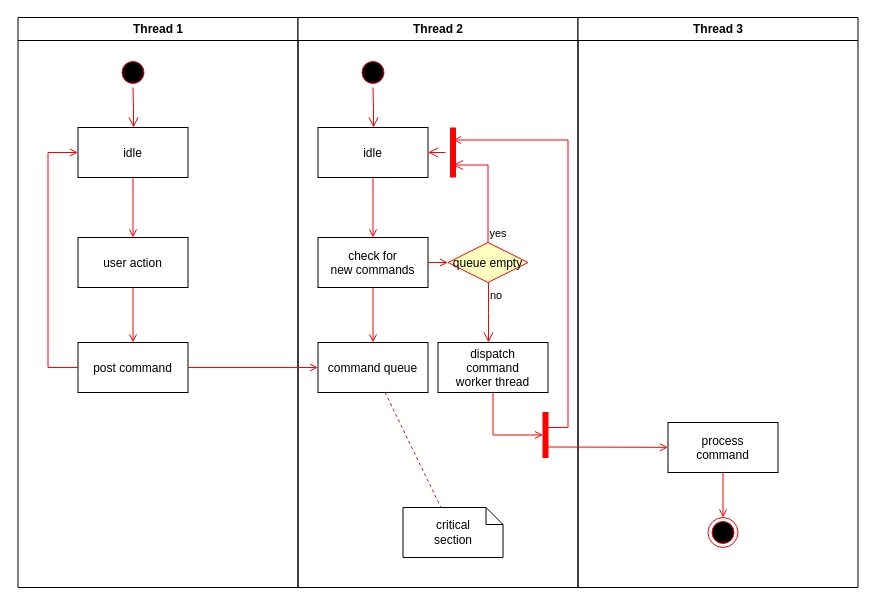
Above: UE HMI.drawio in Arthurcsh/Draw.io (draw.io), before the change. Source tidied: cells renumbered, new cells numbered last; positions are measured from the earlier drawing's top-left corner, leaving out a move shared by most shapes. Both pictures are drawn from the tidied source at 100%, with x=0, y=0 at pixel (17, 17).
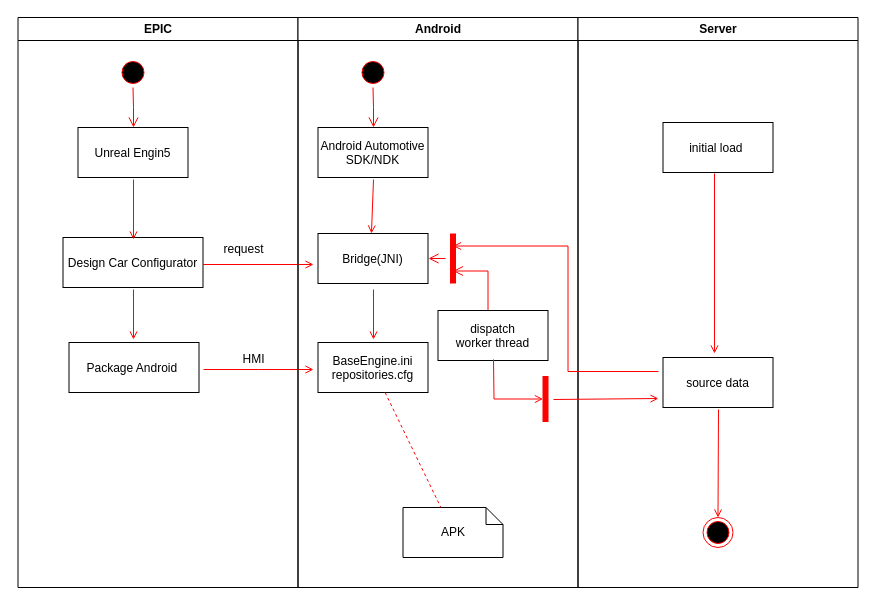
The same diagram, later.

Diff of the diagram source:
```diff
@@
-    <mxCell id="2" value="Thread 1" style="swimlane;whiteSpace=wrap;" parent="1" vertex="1">
+    <mxCell id="2" value="EPIC" style="swimlane;whiteSpace=wrap;" parent="1" vertex="1">
       <mxGeometry x="0.5" width="280" height="570" as="geometry" />
     </mxCell>
@@
-    <mxCell id="5" value="idle" parent="2" vertex="1">
+    <mxCell id="5" value="Unreal Engin5" parent="2" vertex="1">
       <mxGeometry x="60" y="110" width="110" height="50" as="geometry" />
     </mxCell>
-    <mxCell id="6" value="user action" parent="2" vertex="1">
-      <mxGeometry x="60" y="220" width="110" height="50" as="geometry" />
+    <mxCell id="6" value="Design Car Configurator" parent="2" vertex="1">
+      <mxGeometry x="45" y="220" width="140" height="50" as="geometry" />
     </mxCell>
-    <mxCell id="7" style="endArrow=open;strokeColor=#FF0000;endFill=1;rounded=0;" parent="2" edge="1" source="5" target="6">
-      <mxGeometry relative="1" as="geometry" />
+    <mxCell id="7" style="endArrow=open;strokeColor=#FF0000;endFill=1;rounded=0;" parent="2" edge="1">
+      <mxGeometry relative="1" as="geometry">
+        <mxPoint x="115.5" y="162" as="sourcePoint" />
+        <mxPoint x="115.5" y="222" as="targetPoint" />
+      </mxGeometry>
     </mxCell>
-    <mxCell id="8" value="post command" parent="2" vertex="1">
-      <mxGeometry x="60" y="325" width="110" height="50" as="geometry" />
+    <mxCell id="8" value="Package Android " parent="2" vertex="1">
+      <mxGeometry x="51" y="325" width="130" height="50" as="geometry" />
     </mxCell>
-    <mxCell id="9" style="endArrow=open;strokeColor=#FF0000;endFill=1;rounded=0;" parent="2" edge="1" source="6" target="8">
-      <mxGeometry relative="1" as="geometry" />
+    <mxCell id="9" style="endArrow=open;strokeColor=#FF0000;endFill=1;rounded=0;" parent="2" edge="1">
+      <mxGeometry relative="1" as="geometry">
+        <mxPoint x="115.5" y="272" as="sourcePoint" />
+        <mxPoint x="115.5" y="322" as="targetPoint" />
+      </mxGeometry>
     </mxCell>
-    <mxCell id="10" style="edgeStyle=elbowEdgeStyle;elbow=horizontal;strokeColor=#FF0000;endArrow=open;endFill=1;rounded=0;" parent="2" edge="1" source="8" target="5">
+    <mxCell id="10" style="edgeStyle=elbowEdgeStyle;elbow=horizontal;strokeColor=#FF0000;endArrow=open;endFill=1;rounded=0;" parent="2" edge="1">
       <mxGeometry relative="1" as="geometry">
-        <Array as="points">
-          <mxPoint x="30" y="250" />
-        </Array>
+        <mxPoint x="185.5" y="352" as="sourcePoint" />
+        <mxPoint x="295.5" y="352" as="targetPoint" />
       </mxGeometry>
     </mxCell>
+    <mxCell id="22" style="endArrow=open;strokeColor=#FF0000;endFill=1;rounded=0;" parent="2" edge="1">
+      <mxGeometry relative="1" as="geometry">
+        <mxPoint x="185" y="247" as="sourcePoint" />
+        <mxPoint x="295.5" y="247" as="targetPoint" />
+      </mxGeometry>
+    </mxCell>
+    <mxCell id="36" style="endArrow=open;strokeColor=#FF0000;endFill=1;rounded=0;entryX=-0.032;entryY=0.46;entryDx=0;entryDy=0;entryPerimeter=0;" parent="2" edge="1" target="6">
+      <mxGeometry relative="1" as="geometry">
+        <mxPoint x="40.5" y="243" as="sourcePoint" />
+      </mxGeometry>
+    </mxCell>
-    <mxCell id="11" value="Thread 2" style="swimlane;whiteSpace=wrap;" parent="1" vertex="1">
+    <mxCell id="11" value="Android" style="swimlane;whiteSpace=wrap;" parent="1" vertex="1">
       <mxGeometry x="280.5" width="280" height="570" as="geometry" />
     </mxCell>
@@
-    <mxCell id="14" value="idle" parent="11" vertex="1">
+    <mxCell id="14" value="Android Automotive&#10;SDK/NDK" parent="11" vertex="1">
       <mxGeometry x="20" y="110" width="110" height="50" as="geometry" />
     </mxCell>
-    <mxCell id="15" value="check for &#10;new commands" parent="11" vertex="1">
-      <mxGeometry x="20" y="220" width="110" height="50" as="geometry" />
+    <mxCell id="15" value="Bridge(JNI)" parent="11" vertex="1">
+      <mxGeometry x="20" y="216" width="110" height="50" as="geometry" />
     </mxCell>
-    <mxCell id="16" style="endArrow=open;strokeColor=#FF0000;endFill=1;rounded=0;" parent="11" edge="1" source="14" target="15">
-      <mxGeometry relative="1" as="geometry" />
+    <mxCell id="16" style="endArrow=open;strokeColor=#FF0000;endFill=1;rounded=0;entryX=0.486;entryY=0;entryDx=0;entryDy=0;entryPerimeter=0;" parent="11" edge="1" target="15">
+      <mxGeometry relative="1" as="geometry">
+        <mxPoint x="75.5" y="162" as="sourcePoint" />
+      </mxGeometry>
     </mxCell>
-    <mxCell id="17" value="command queue" parent="11" vertex="1">
+    <mxCell id="17" value="BaseEngine.ini&#10;repositories.cfg" parent="11" vertex="1">
       <mxGeometry x="20" y="325" width="110" height="50" as="geometry" />
     </mxCell>
-    <mxCell id="18" style="endArrow=open;strokeColor=#FF0000;endFill=1;rounded=0;" parent="11" edge="1" source="15" target="17">
-      <mxGeometry relative="1" as="geometry" />
+    <mxCell id="18" style="endArrow=open;strokeColor=#FF0000;endFill=1;rounded=0;" parent="11" edge="1">
+      <mxGeometry relative="1" as="geometry">
+        <mxPoint x="75.5" y="272" as="sourcePoint" />
+        <mxPoint x="75.5" y="322" as="targetPoint" />
+      </mxGeometry>
     </mxCell>
-    <mxCell id="19" value="queue empty" style="rhombus;fillColor=#ffffc0;strokeColor=#ff0000;" parent="11" vertex="1">
-      <mxGeometry x="150" y="225" width="80" height="40" as="geometry" />
-    </mxCell>
-    <mxCell id="20" value="yes" style="edgeStyle=elbowEdgeStyle;elbow=horizontal;align=left;verticalAlign=bottom;endArrow=open;endSize=8;strokeColor=#FF0000;exitX=0.5;exitY=0;endFill=1;rounded=0;entryX=0.75;entryY=0.5;entryPerimeter=0;" parent="11" edge="1" source="19" target="23">
+    <mxCell id="20" style="edgeStyle=elbowEdgeStyle;elbow=horizontal;align=left;verticalAlign=bottom;endArrow=open;endSize=8;strokeColor=#FF0000;exitX=0.432;exitY=0;endFill=1;rounded=0;entryX=0.75;entryY=0.5;entryPerimeter=0;exitDx=0;exitDy=0;exitPerimeter=0;" parent="11" edge="1" source="25" target="23">
       <mxGeometry x="-1" relative="1" as="geometry">
         <Array as="points">
-          <mxPoint x="190" y="180" />
+          <mxPoint x="190" y="286" />
         </Array>
       </mxGeometry>
     </mxCell>
-    <mxCell id="21" value="no" style="edgeStyle=elbowEdgeStyle;elbow=horizontal;align=left;verticalAlign=top;endArrow=open;endSize=8;strokeColor=#FF0000;endFill=1;rounded=0;" parent="11" edge="1" source="19" target="25">
-      <mxGeometry x="-1" relative="1" as="geometry" />
-    </mxCell>
-    <mxCell id="22" style="endArrow=open;strokeColor=#FF0000;endFill=1;rounded=0;" parent="11" edge="1" source="15" target="19">
-      <mxGeometry relative="1" as="geometry" />
-    </mxCell>
     <mxCell id="23" style="shape=line;strokeWidth=6;strokeColor=#ff0000;rotation=90;" parent="11" vertex="1">
-      <mxGeometry x="130" y="127.5" width="50" height="15" as="geometry" />
+      <mxGeometry x="130" y="233.5" width="50" height="15" as="geometry" />
     </mxCell>
-    <mxCell id="24" style="edgeStyle=elbowEdgeStyle;elbow=horizontal;verticalAlign=bottom;endArrow=open;endSize=8;strokeColor=#FF0000;endFill=1;rounded=0;" parent="11" edge="1" source="23" target="14">
-      <mxGeometry x="130" y="90" as="geometry" />
+    <mxCell id="24" style="edgeStyle=elbowEdgeStyle;elbow=horizontal;verticalAlign=bottom;endArrow=open;endSize=8;strokeColor=#FF0000;endFill=1;rounded=0;" parent="11" edge="1" source="23">
+      <mxGeometry x="130" y="196" as="geometry">
+        <mxPoint x="130" y="241" as="targetPoint" />
+      </mxGeometry>
     </mxCell>
-    <mxCell id="25" value="dispatch&#10;command&#10;worker thread" parent="11" vertex="1">
-      <mxGeometry x="140" y="325" width="110" height="50" as="geometry" />
+    <mxCell id="25" value="dispatch&#10;worker thread" parent="11" vertex="1">
+      <mxGeometry x="140" y="293" width="110" height="50" as="geometry" />
     </mxCell>
-    <mxCell id="26" value="critical&#10;section" style="shape=note;whiteSpace=wrap;size=17;" parent="11" vertex="1">
+    <mxCell id="26" value="APK" style="shape=note;whiteSpace=wrap;size=17;" parent="11" vertex="1">
       <mxGeometry x="105" y="490" width="100" height="50" as="geometry" />
     </mxCell>
@@
     <mxCell id="28" style="whiteSpace=wrap;strokeColor=#FF0000;fillColor=#FF0000;" parent="11" vertex="1">
-      <mxGeometry x="245" y="395" width="5" height="45" as="geometry" />
+      <mxGeometry x="245" y="359" width="5" height="45" as="geometry" />
     </mxCell>
-    <mxCell id="29" style="edgeStyle=elbowEdgeStyle;elbow=horizontal;entryX=0;entryY=0.5;strokeColor=#FF0000;endArrow=open;endFill=1;rounded=0;" parent="11" edge="1" source="25" target="28">
+    <mxCell id="29" style="edgeStyle=elbowEdgeStyle;elbow=horizontal;entryX=0;entryY=0.5;strokeColor=#FF0000;endArrow=open;endFill=1;rounded=0;" parent="11" edge="1" target="28">
       <mxGeometry relative="1" as="geometry">
+        <mxPoint x="195.5" y="342" as="sourcePoint" />
         <Array as="points">
+          <mxPoint x="196" y="352" />
           <mxPoint x="195" y="400" />
         </Array>
       </mxGeometry>
     </mxCell>
-    <mxCell id="30" value="Thread 3" style="swimlane;whiteSpace=wrap;" parent="1" vertex="1">
+    <mxCell id="30" value="Server" style="swimlane;whiteSpace=wrap;" parent="1" vertex="1">
       <mxGeometry x="560.5" width="280" height="570" as="geometry" />
     </mxCell>
-    <mxCell id="31" value="process&#10;command" parent="30" vertex="1">
-      <mxGeometry x="90" y="405" width="110" height="50" as="geometry" />
+    <mxCell id="31" value="source data" parent="30" vertex="1">
+      <mxGeometry x="85" y="340" width="110" height="50" as="geometry" />
     </mxCell>
-    <mxCell id="32" style="edgeStyle=elbowEdgeStyle;elbow=horizontal;strokeColor=#FF0000;endArrow=open;endFill=1;rounded=0;entryX=0.25;entryY=0.5;entryPerimeter=0;" parent="30" edge="1" target="23">
-      <mxGeometry relative="1" as="geometry">
-        <mxPoint x="-30" y="410" as="sourcePoint" />
-        <Array as="points">
-          <mxPoint x="-10" y="135" />
-        </Array>
-      </mxGeometry>
-    </mxCell>
-    <mxCell id="33" style="edgeStyle=none;strokeColor=#FF0000;endArrow=open;endFill=1;rounded=0;" parent="30" edge="1" target="31">
+    <mxCell id="33" style="edgeStyle=none;strokeColor=#FF0000;endArrow=open;endFill=1;rounded=0;entryX=-0.041;entryY=0.82;entryDx=0;entryDy=0;entryPerimeter=0;" parent="30" edge="1" target="31">
       <mxGeometry relative="1" as="geometry">
-        <mxPoint x="-30" y="429.5" as="sourcePoint" />
+        <mxPoint x="-24.5" y="382" as="sourcePoint" />
       </mxGeometry>
     </mxCell>
     <mxCell id="34" style="ellipse;shape=endState;fillColor=#000000;strokeColor=#ff0000;" parent="30" vertex="1">
-      <mxGeometry x="130" y="500" width="30" height="30" as="geometry" />
+      <mxGeometry x="125" y="500" width="30" height="30" as="geometry" />
     </mxCell>
-    <mxCell id="35" style="endArrow=open;strokeColor=#FF0000;endFill=1;rounded=0;" parent="30" edge="1" source="31" target="34">
-      <mxGeometry relative="1" as="geometry" />
+    <mxCell id="35" style="endArrow=open;strokeColor=#FF0000;endFill=1;rounded=0;" parent="30" edge="1" target="34">
+      <mxGeometry relative="1" as="geometry">
+        <mxPoint x="140.5" y="392" as="sourcePoint" />
+      </mxGeometry>
     </mxCell>
-    <mxCell id="36" style="endArrow=open;strokeColor=#FF0000;endFill=1;rounded=0;" parent="1" edge="1" source="8" target="17">
-      <mxGeometry relative="1" as="geometry" />
-    </mxCell>
+    <mxCell id="37" value="initial load " parent="30" vertex="1">
+      <mxGeometry x="85" y="105" width="110" height="50" as="geometry" />
+    </mxCell>
+    <mxCell id="38" style="edgeStyle=none;strokeColor=#FF0000;endArrow=open;endFill=1;rounded=0;exitX=0.432;exitY=1.08;exitDx=0;exitDy=0;exitPerimeter=0;entryX=0.468;entryY=-0.08;entryDx=0;entryDy=0;entryPerimeter=0;" parent="30" edge="1" target="31">
+      <mxGeometry relative="1" as="geometry">
+        <mxPoint x="136.5" y="156" as="sourcePoint" />
+      </mxGeometry>
+    </mxCell>
+    <mxCell id="32" style="edgeStyle=elbowEdgeStyle;elbow=horizontal;strokeColor=#FF0000;endArrow=open;endFill=1;rounded=0;entryX=0.25;entryY=0.5;entryPerimeter=0;exitX=-0.041;exitY=0.28;exitDx=0;exitDy=0;exitPerimeter=0;" parent="1" edge="1" source="31" target="23">
+      <mxGeometry relative="1" as="geometry">
+        <Array as="points">
+          <mxPoint x="550.5" y="352" />
+          <mxPoint x="550.5" y="241" />
+        </Array>
+      </mxGeometry>
+    </mxCell>
+    <mxCell id="39" value="HMI" style="text;html=1;align=center;verticalAlign=middle;strokeColor=none;fillColor=none;" parent="1" vertex="1">
+      <mxGeometry x="211" y="327" width="50" height="30" as="geometry" />
+    </mxCell>
+    <mxCell id="40" value="request" style="text;html=1;align=center;verticalAlign=middle;strokeColor=none;fillColor=none;" parent="1" vertex="1">
+      <mxGeometry x="196" y="217" width="60" height="30" as="geometry" />
+    </mxCell>
```
